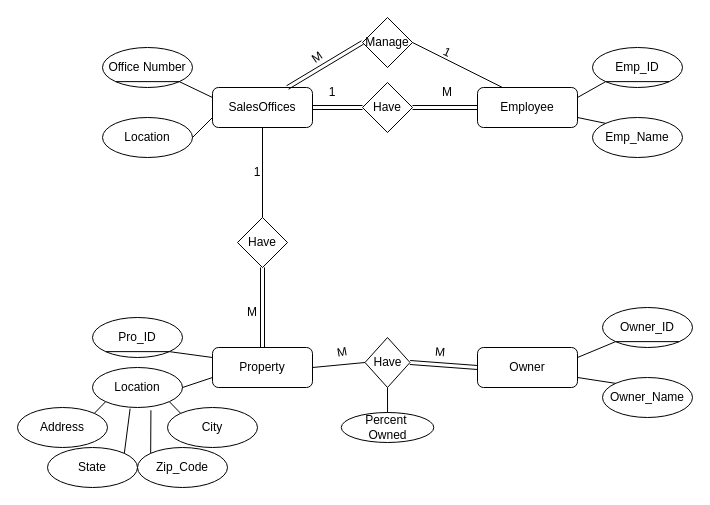
abdelrahmannabil987/ERD_RealEstate keeps this draw.io diagram as ERD_RealEstate.drawio. Above is the earlier version. Source tidied: cells renumbered, new cells numbered last; positions are measured from the earlier drawing's top-left corner, leaving out a move shared by most shapes. Both pictures are drawn from the tidied source at 100%, with x=0, y=0 at pixel (17, 17).
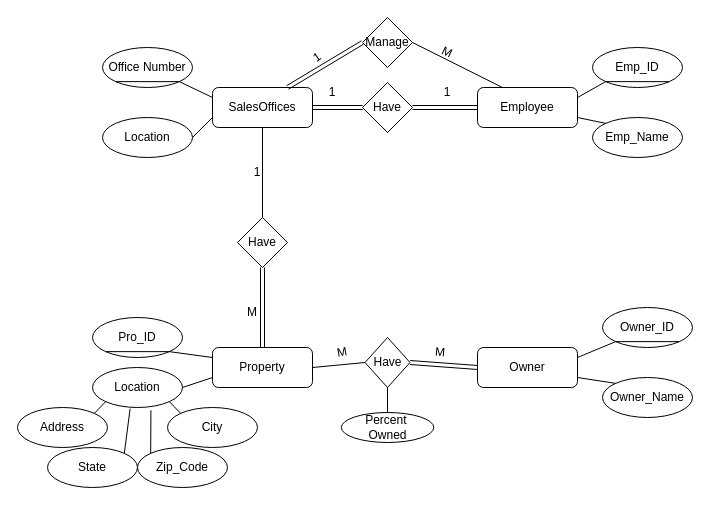
The same diagram, later.

Commit message (it also covers changes not shown here):
ERD_RealEstate

Change to the diagram source:
```diff
@@
-    <mxCell id="38" value="M" style="text;html=1;align=center;verticalAlign=middle;whiteSpace=wrap;rounded=0;" parent="1" vertex="1">
+    <mxCell id="38" value="1" style="text;html=1;align=center;verticalAlign=middle;whiteSpace=wrap;rounded=0;" parent="1" vertex="1">
       <mxGeometry x="400" y="60" width="60" height="30" as="geometry" />
     </mxCell>
@@
-    <mxCell id="42" value="M" style="text;html=1;align=center;verticalAlign=middle;whiteSpace=wrap;rounded=0;rotation=-35;" parent="1" vertex="1">
+    <mxCell id="42" value="1" style="text;html=1;align=center;verticalAlign=middle;whiteSpace=wrap;rounded=0;rotation=-35;" parent="1" vertex="1">
       <mxGeometry x="265" y="30" width="70" height="20" as="geometry" />
     </mxCell>
-    <mxCell id="43" value="1" style="text;html=1;align=center;verticalAlign=middle;whiteSpace=wrap;rounded=0;rotation=25;" parent="1" vertex="1">
+    <mxCell id="43" value="M" style="text;html=1;align=center;verticalAlign=middle;whiteSpace=wrap;rounded=0;rotation=25;" parent="1" vertex="1">
       <mxGeometry x="400" y="20" width="60" height="30" as="geometry" />
     </mxCell>
```
